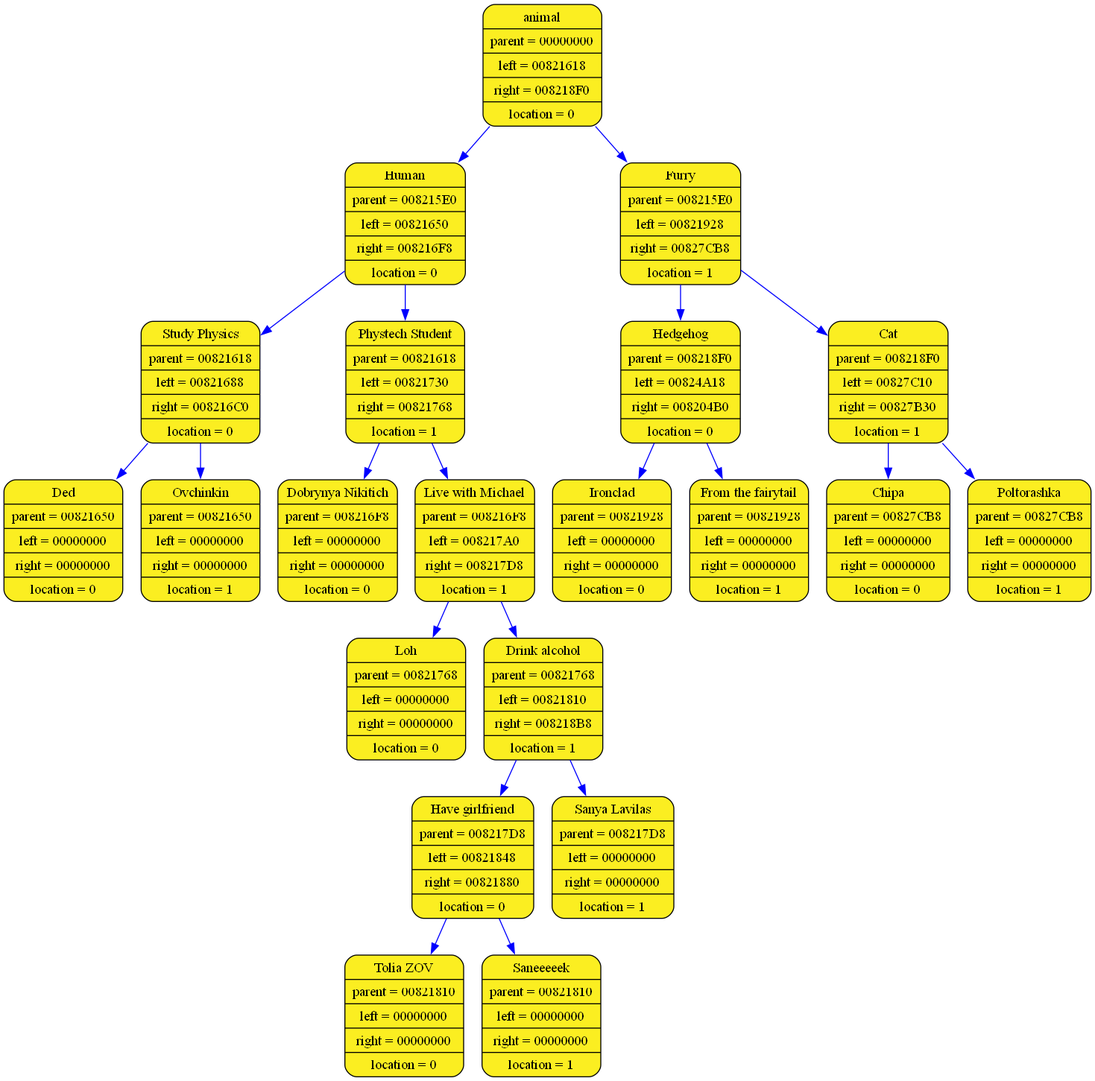
Above: log_folder_acinator/acinator_graph.png in aywert/ACINATOR (Graphviz), before the change. Its source is kept beside it as log_folder_acinator/acinator_graph.dot.
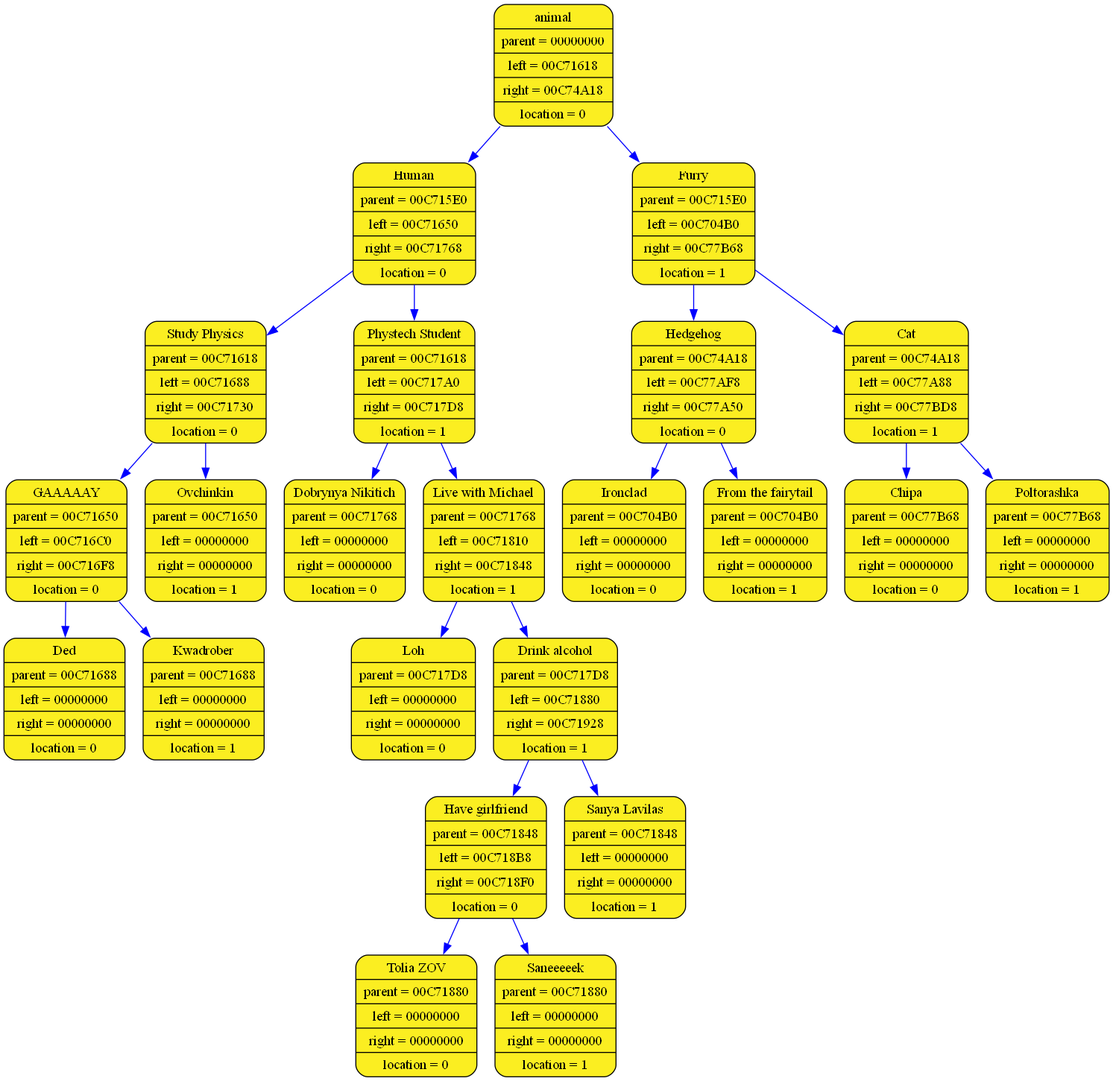
Later version of the same file.

Diff of the diagram source:
```diff
@@ -1,45 +1,49 @@
 digraph list
 {
 rankdir=HR;
-	8525284 [shape = Mrecord; style = filled; fillcolor="#FBEE21"; color = "#000000"; fontcolor = "#000000"; label = "{ animal| parent = 00000000| left = 00821618| right = 008218F0| location = 0}"];
-	8525340 [shape = Mrecord; style = filled; fillcolor="#FBEE21"; color = "#000000"; fontcolor = "#000000"; label = "{ Human| parent = 008215E0| left = 00821650| right = 008216F8| location = 0}"];
-	8525284 -> 8525340 [color="blue"]
-	8525396 [shape = Mrecord; style = filled; fillcolor="#FBEE21"; color = "#000000"; fontcolor = "#000000"; label = "{ Study Physics| parent = 00821618| left = 00821688| right = 008216C0| location = 0}"];
-	8525340 -> 8525396 [color="blue"]
-	8525452 [shape = Mrecord; style = filled; fillcolor="#FBEE21"; color = "#000000"; fontcolor = "#000000"; label = "{ Ded| parent = 00821650| left = 00000000| right = 00000000| location = 0}"];
-	8525396 -> 8525452 [color="blue"]
-	8525508 [shape = Mrecord; style = filled; fillcolor="#FBEE21"; color = "#000000"; fontcolor = "#000000"; label = "{ Ovchinkin| parent = 00821650| left = 00000000| right = 00000000| location = 1}"];
-	8525396 -> 8525508 [color="blue"]
-	8525564 [shape = Mrecord; style = filled; fillcolor="#FBEE21"; color = "#000000"; fontcolor = "#000000"; label = "{ Phystech Student| parent = 00821618| left = 00821730| right = 00821768| location = 1}"];
-	8525340 -> 8525564 [color="blue"]
-	8525620 [shape = Mrecord; style = filled; fillcolor="#FBEE21"; color = "#000000"; fontcolor = "#000000"; label = "{ Dobrynya Nikitich| parent = 008216F8| left = 00000000| right = 00000000| location = 0}"];
-	8525564 -> 8525620 [color="blue"]
-	8525676 [shape = Mrecord; style = filled; fillcolor="#FBEE21"; color = "#000000"; fontcolor = "#000000"; label = "{ Live with Michael| parent = 008216F8| left = 008217A0| right = 008217D8| location = 1}"];
-	8525564 -> 8525676 [color="blue"]
-	8525732 [shape = Mrecord; style = filled; fillcolor="#FBEE21"; color = "#000000"; fontcolor = "#000000"; label = "{ Loh| parent = 00821768| left = 00000000| right = 00000000| location = 0}"];
-	8525676 -> 8525732 [color="blue"]
-	8525788 [shape = Mrecord; style = filled; fillcolor="#FBEE21"; color = "#000000"; fontcolor = "#000000"; label = "{ Drink alcohol| parent = 00821768| left = 00821810| right = 008218B8| location = 1}"];
-	8525676 -> 8525788 [color="blue"]
-	8525844 [shape = Mrecord; style = filled; fillcolor="#FBEE21"; color = "#000000"; fontcolor = "#000000"; label = "{ Have girlfriend| parent = 008217D8| left = 00821848| right = 00821880| location = 0}"];
-	8525788 -> 8525844 [color="blue"]
-	8525900 [shape = Mrecord; style = filled; fillcolor="#FBEE21"; color = "#000000"; fontcolor = "#000000"; label = "{ Tolia ZOV| parent = 00821810| left = 00000000| right = 00000000| location = 0}"];
-	8525844 -> 8525900 [color="blue"]
-	8525956 [shape = Mrecord; style = filled; fillcolor="#FBEE21"; color = "#000000"; fontcolor = "#000000"; label = "{ Saneeeeek| parent = 00821810| left = 00000000| right = 00000000| location = 1}"];
-	8525844 -> 8525956 [color="blue"]
-	8526012 [shape = Mrecord; style = filled; fillcolor="#FBEE21"; color = "#000000"; fontcolor = "#000000"; label = "{ Sanya Lavilas| parent = 008217D8| left = 00000000| right = 00000000| location = 1}"];
-	8525788 -> 8526012 [color="blue"]
-	8526068 [shape = Mrecord; style = filled; fillcolor="#FBEE21"; color = "#000000"; fontcolor = "#000000"; label = "{ Furry| parent = 008215E0| left = 00821928| right = 00827CB8| location = 1}"];
-	8525284 -> 8526068 [color="blue"]
-	8526124 [shape = Mrecord; style = filled; fillcolor="#FBEE21"; color = "#000000"; fontcolor = "#000000"; label = "{ Hedgehog| parent = 008218F0| left = 00824A18| right = 008204B0| location = 0}"];
-	8526068 -> 8526124 [color="blue"]
-	8538652 [shape = Mrecord; style = filled; fillcolor="#FBEE21"; color = "#000000"; fontcolor = "#000000"; label = "{ Ironclad| parent = 00821928| left = 00000000| right = 00000000| location = 0}"];
-	8526124 -> 8538652 [color="blue"]
-	8520884 [shape = Mrecord; style = filled; fillcolor="#FBEE21"; color = "#000000"; fontcolor = "#000000"; label = "{ From the fairytail| parent = 00821928| left = 00000000| right = 00000000| location = 1}"];
-	8526124 -> 8520884 [color="blue"]
-	8551612 [shape = Mrecord; style = filled; fillcolor="#FBEE21"; color = "#000000"; fontcolor = "#000000"; label = "{ Cat| parent = 008218F0| left = 00827C10| right = 00827B30| location = 1}"];
-	8526068 -> 8551612 [color="blue"]
-	8551444 [shape = Mrecord; style = filled; fillcolor="#FBEE21"; color = "#000000"; fontcolor = "#000000"; label = "{ Chipa| parent = 00827CB8| left = 00000000| right = 00000000| location = 0}"];
-	8551612 -> 8551444 [color="blue"]
-	8551220 [shape = Mrecord; style = filled; fillcolor="#FBEE21"; color = "#000000"; fontcolor = "#000000"; label = "{ Poltorashka| parent = 00827CB8| left = 00000000| right = 00000000| location = 1}"];
-	8551612 -> 8551220 [color="blue"]
+	13047268 [shape = Mrecord; style = filled; fillcolor="#FBEE21"; color = "#000000"; fontcolor = "#000000"; label = "{ animal| parent = 00000000| left = 00C71618| right = 00C74A18| location = 0}"];
+	13047324 [shape = Mrecord; style = filled; fillcolor="#FBEE21"; color = "#000000"; fontcolor = "#000000"; label = "{ Human| parent = 00C715E0| left = 00C71650| right = 00C71768| location = 0}"];
+	13047268 -> 13047324 [color="blue"]
+	13047380 [shape = Mrecord; style = filled; fillcolor="#FBEE21"; color = "#000000"; fontcolor = "#000000"; label = "{ Study Physics| parent = 00C71618| left = 00C71688| right = 00C71730| location = 0}"];
+	13047324 -> 13047380 [color="blue"]
+	13047436 [shape = Mrecord; style = filled; fillcolor="#FBEE21"; color = "#000000"; fontcolor = "#000000"; label = "{ GAAAAAY| parent = 00C71650| left = 00C716C0| right = 00C716F8| location = 0}"];
+	13047380 -> 13047436 [color="blue"]
+	13047492 [shape = Mrecord; style = filled; fillcolor="#FBEE21"; color = "#000000"; fontcolor = "#000000"; label = "{ Ded| parent = 00C71688| left = 00000000| right = 00000000| location = 0}"];
+	13047436 -> 13047492 [color="blue"]
+	13047548 [shape = Mrecord; style = filled; fillcolor="#FBEE21"; color = "#000000"; fontcolor = "#000000"; label = "{ Kwadrober| parent = 00C71688| left = 00000000| right = 00000000| location = 1}"];
+	13047436 -> 13047548 [color="blue"]
+	13047604 [shape = Mrecord; style = filled; fillcolor="#FBEE21"; color = "#000000"; fontcolor = "#000000"; label = "{ Ovchinkin| parent = 00C71650| left = 00000000| right = 00000000| location = 1}"];
+	13047380 -> 13047604 [color="blue"]
+	13047660 [shape = Mrecord; style = filled; fillcolor="#FBEE21"; color = "#000000"; fontcolor = "#000000"; label = "{ Phystech Student| parent = 00C71618| left = 00C717A0| right = 00C717D8| location = 1}"];
+	13047324 -> 13047660 [color="blue"]
+	13047716 [shape = Mrecord; style = filled; fillcolor="#FBEE21"; color = "#000000"; fontcolor = "#000000"; label = "{ Dobrynya Nikitich| parent = 00C71768| left = 00000000| right = 00000000| location = 0}"];
+	13047660 -> 13047716 [color="blue"]
+	13047772 [shape = Mrecord; style = filled; fillcolor="#FBEE21"; color = "#000000"; fontcolor = "#000000"; label = "{ Live with Michael| parent = 00C71768| left = 00C71810| right = 00C71848| location = 1}"];
+	13047660 -> 13047772 [color="blue"]
+	13047828 [shape = Mrecord; style = filled; fillcolor="#FBEE21"; color = "#000000"; fontcolor = "#000000"; label = "{ Loh| parent = 00C717D8| left = 00000000| right = 00000000| location = 0}"];
+	13047772 -> 13047828 [color="blue"]
+	13047884 [shape = Mrecord; style = filled; fillcolor="#FBEE21"; color = "#000000"; fontcolor = "#000000"; label = "{ Drink alcohol| parent = 00C717D8| left = 00C71880| right = 00C71928| location = 1}"];
+	13047772 -> 13047884 [color="blue"]
+	13047940 [shape = Mrecord; style = filled; fillcolor="#FBEE21"; color = "#000000"; fontcolor = "#000000"; label = "{ Have girlfriend| parent = 00C71848| left = 00C718B8| right = 00C718F0| location = 0}"];
+	13047884 -> 13047940 [color="blue"]
+	13047996 [shape = Mrecord; style = filled; fillcolor="#FBEE21"; color = "#000000"; fontcolor = "#000000"; label = "{ Tolia ZOV| parent = 00C71880| left = 00000000| right = 00000000| location = 0}"];
+	13047940 -> 13047996 [color="blue"]
+	13048052 [shape = Mrecord; style = filled; fillcolor="#FBEE21"; color = "#000000"; fontcolor = "#000000"; label = "{ Saneeeeek| parent = 00C71880| left = 00000000| right = 00000000| location = 1}"];
+	13047940 -> 13048052 [color="blue"]
+	13048108 [shape = Mrecord; style = filled; fillcolor="#FBEE21"; color = "#000000"; fontcolor = "#000000"; label = "{ Sanya Lavilas| parent = 00C71848| left = 00000000| right = 00000000| location = 1}"];
+	13047884 -> 13048108 [color="blue"]
+	13060636 [shape = Mrecord; style = filled; fillcolor="#FBEE21"; color = "#000000"; fontcolor = "#000000"; label = "{ Furry| parent = 00C715E0| left = 00C704B0| right = 00C77B68| location = 1}"];
+	13047268 -> 13060636 [color="blue"]
+	13042868 [shape = Mrecord; style = filled; fillcolor="#FBEE21"; color = "#000000"; fontcolor = "#000000"; label = "{ Hedgehog| parent = 00C74A18| left = 00C77AF8| right = 00C77A50| location = 0}"];
+	13060636 -> 13042868 [color="blue"]
+	13073148 [shape = Mrecord; style = filled; fillcolor="#FBEE21"; color = "#000000"; fontcolor = "#000000"; label = "{ Ironclad| parent = 00C704B0| left = 00000000| right = 00000000| location = 0}"];
+	13042868 -> 13073148 [color="blue"]
+	13072980 [shape = Mrecord; style = filled; fillcolor="#FBEE21"; color = "#000000"; fontcolor = "#000000"; label = "{ From the fairytail| parent = 00C704B0| left = 00000000| right = 00000000| location = 1}"];
+	13042868 -> 13072980 [color="blue"]
+	13073260 [shape = Mrecord; style = filled; fillcolor="#FBEE21"; color = "#000000"; fontcolor = "#000000"; label = "{ Cat| parent = 00C74A18| left = 00C77A88| right = 00C77BD8| location = 1}"];
+	13060636 -> 13073260 [color="blue"]
+	13073036 [shape = Mrecord; style = filled; fillcolor="#FBEE21"; color = "#000000"; fontcolor = "#000000"; label = "{ Chipa| parent = 00C77B68| left = 00000000| right = 00000000| location = 0}"];
+	13073260 -> 13073036 [color="blue"]
+	13073372 [shape = Mrecord; style = filled; fillcolor="#FBEE21"; color = "#000000"; fontcolor = "#000000"; label = "{ Poltorashka| parent = 00C77B68| left = 00000000| right = 00000000| location = 1}"];
+	13073260 -> 13073372 [color="blue"]
 	}
```
